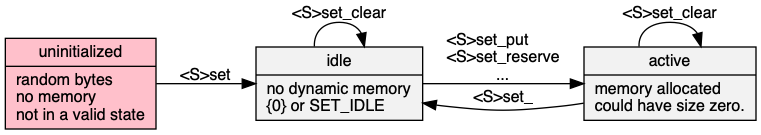
neil-edelman/boxes keeps this Graphviz diagram as web/states.png. Above is the earlier version. Its source is kept beside it as web/states.gv.
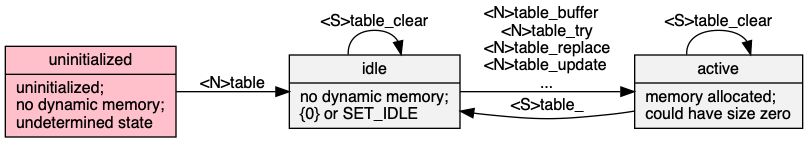
Later version of the same file.

What changed in the source:
```diff
@@ -8,12 +8,12 @@
 	edge [fontname = "Bitstream Vera Sans" fontsize = 12];
 
 	node [shape=record, style=filled];
-	null [label="uninitialized|random bytes\lno memory\lnot in a valid state\l", fillcolor="Pink"];
-	static [ label = "idle|no dynamic memory\l\{0\} or SET_IDLE\l" ];
-	dynamic [ label = "active|memory allocated\lcould have size zero.\l" ];
-	null -> static [ label = "<S>set" ];
-	static -> dynamic [ label = "<S>set_put\l<S>set_reserve\l..." ];
-	dynamic -> static [ label = "<S>set_" ];
-	dynamic -> dynamic [ label = "<S>set_clear" ];
-	static -> static [ label = "<S>set_clear" ];
+	null [label="uninitialized|uninitialized;\lno dynamic memory;\lundetermined state\l", fillcolor="Pink"];
+	static [ label = "idle|no dynamic memory;\l\{0\} or SET_IDLE\l" ];
+	dynamic [ label = "active|memory allocated;\lcould have size zero\l" ];
+	null -> static [ label = "<N>table" ];
+	static -> dynamic [ label = "<N>table_buffer\l<N>table_try\n<N>table_replace\n<N>table_update\l..." ];
+	dynamic -> static [ label = "<S>table_" ];
+	dynamic -> dynamic [ label = "<S>table_clear" ];
+	static -> static [ label = "<S>table_clear" ];
 }
```
